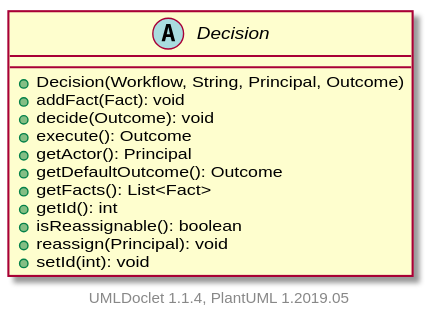
Above: apidocs/2.11.0.M7-SNAPSHOT/org/apache/wiki/workflow/Decision.svg in apache/jspwiki-site (PlantUML), before the change. The source it was exported from:
```plantuml
@startuml

    abstract class Decision [[Decision.html]] {
        +Decision(Workflow, String, Principal, Outcome)
        +addFact(Fact): void
        +decide(Outcome): void
        +execute(): Outcome
        +getActor(): Principal
        +getDefaultOutcome(): Outcome
        +getFacts(): List<Fact>
        +getId(): int
        +isReassignable(): boolean
        +reassign(Principal): void
        +setId(int): void
    }


    center footer UMLDoclet 1.1.4, PlantUML 1.2019.05
@enduml
```
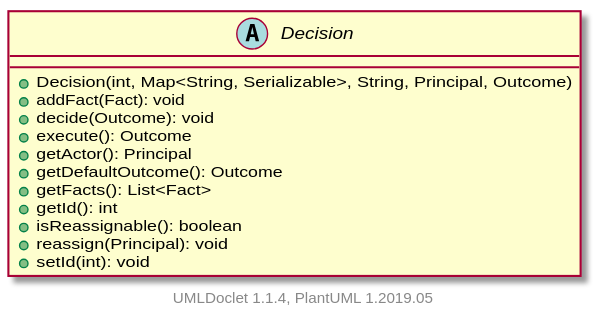
Above is the later version.

Change to the diagram source:
```diff
@@ -1,7 +1,7 @@
 @startuml
 
     abstract class Decision [[Decision.html]] {
-        +Decision(Workflow, String, Principal, Outcome)
+        +Decision(int, Map<String, Serializable>, String, Principal, Outcome)
         +addFact(Fact): void
         +decide(Outcome): void
         +execute(): Outcome
```
